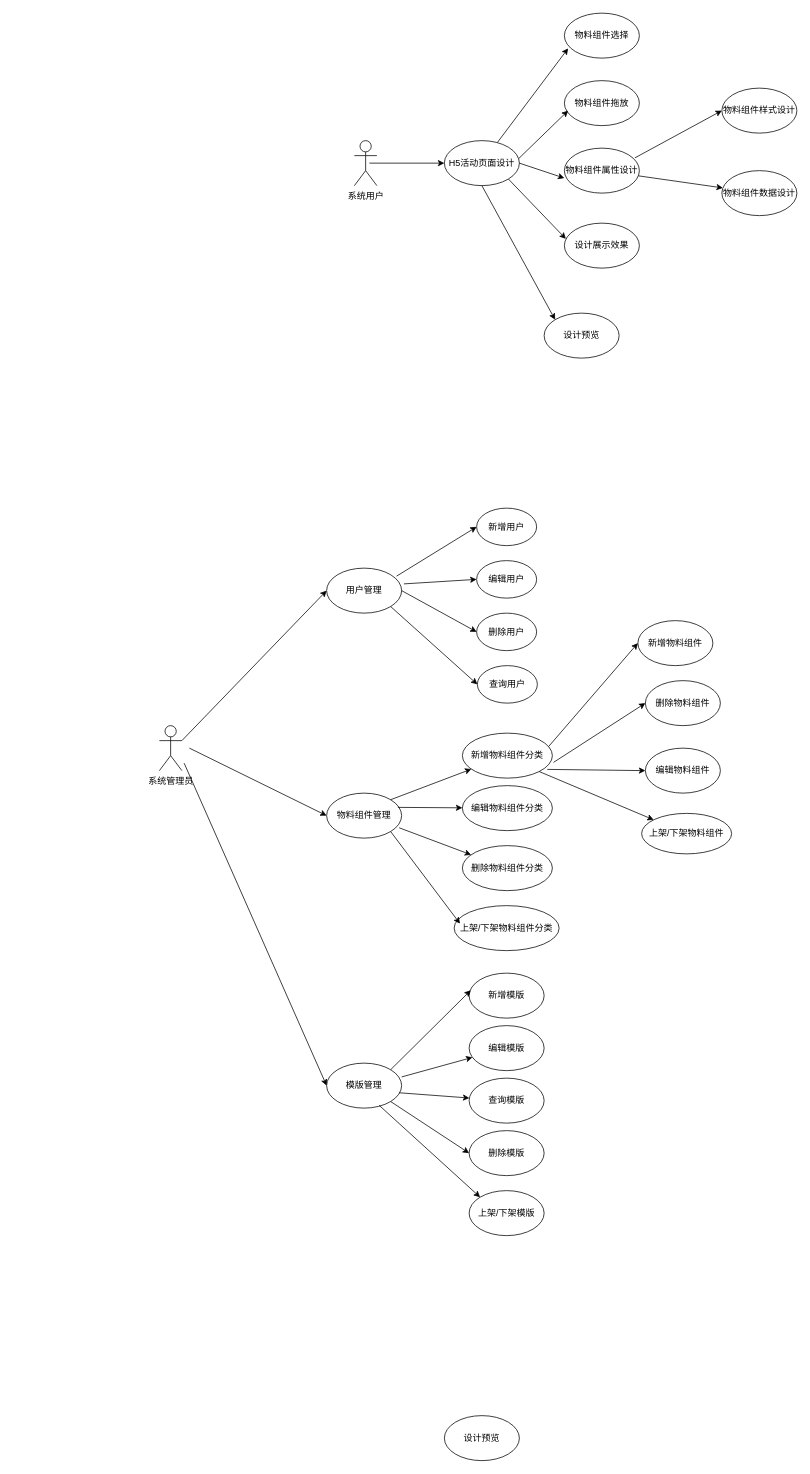
The draw.io diagram 主体管理的用例图.drawio in yuxinyu12345/diagrams, before the edit. Source tidied: cells renumbered, new cells numbered last; positions are measured from the earlier drawing's top-left corner, leaving out a move shared by most shapes. Both pictures are drawn from the tidied source at 75%, with x=0, y=0 at pixel (159, 13).
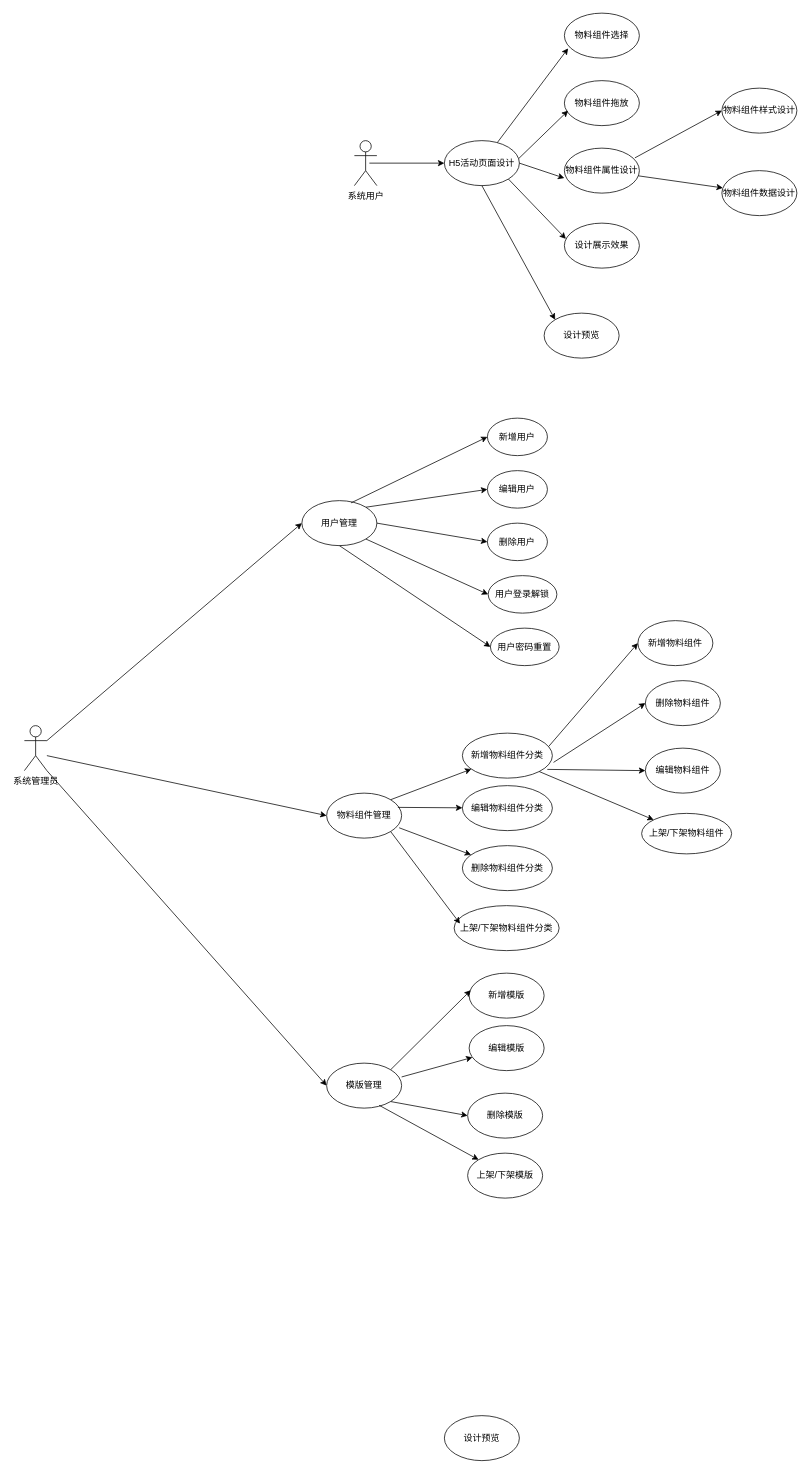
After the change.

Commit message:
更新主体管理的用例图.drawio

Unchanged cells that the change refers to:
```xml
<mxCell id="21" value="物料组件管理" style="ellipse;whiteSpace=wrap;html=1;" parent="1" vertex="1">
  <mxGeometry x="223" y="1040" width="100" height="60" as="geometry" />
</mxCell>
<mxCell id="22" value="模版管理" style="ellipse;whiteSpace=wrap;html=1;" parent="1" vertex="1">
  <mxGeometry x="223" y="1400" width="100" height="60" as="geometry" />
</mxCell>
```

What changed in the source:
```diff
@@
     <mxCell id="19" value="系统管理员" style="shape=umlActor;verticalLabelPosition=bottom;verticalAlign=top;html=1;outlineConnect=0;" parent="1" vertex="1">
-      <mxGeometry y="950" width="30" height="60" as="geometry" />
+      <mxGeometry x="-180" y="950" width="30" height="60" as="geometry" />
     </mxCell>
     <mxCell id="20" value="用户管理" style="ellipse;whiteSpace=wrap;html=1;" parent="1" vertex="1">
-      <mxGeometry x="223" y="740" width="100" height="60" as="geometry" />
+      <mxGeometry x="190" y="650" width="100" height="60" as="geometry" />
     </mxCell>
@@
     <mxCell id="23" value="新增用户" style="ellipse;whiteSpace=wrap;html=1;" parent="1" vertex="1">
-      <mxGeometry x="423" y="660" width="80" height="50" as="geometry" />
+      <mxGeometry x="437.4" y="540" width="80" height="50" as="geometry" />
     </mxCell>
     <mxCell id="24" value="编辑用户" style="ellipse;whiteSpace=wrap;html=1;" parent="1" vertex="1">
-      <mxGeometry x="423" y="730" width="80" height="50" as="geometry" />
+      <mxGeometry x="437.4" y="610" width="80" height="50" as="geometry" />
     </mxCell>
     <mxCell id="25" value="删除用户" style="ellipse;whiteSpace=wrap;html=1;" parent="1" vertex="1">
-      <mxGeometry x="423" y="800" width="80" height="50" as="geometry" />
+      <mxGeometry x="437.4" y="680" width="80" height="50" as="geometry" />
     </mxCell>
-    <mxCell id="26" value="查询用户" style="ellipse;whiteSpace=wrap;html=1;" parent="1" vertex="1">
-      <mxGeometry x="424" y="870" width="80" height="50" as="geometry" />
+    <mxCell id="26" value="用户登录解锁" style="ellipse;whiteSpace=wrap;html=1;" parent="1" vertex="1">
+      <mxGeometry x="438.4" y="750" width="91.6" height="50" as="geometry" />
     </mxCell>
@@
     <mxCell id="41" value="上架/下架模版" style="ellipse;whiteSpace=wrap;html=1;" parent="1" vertex="1">
-      <mxGeometry x="413" y="1570" width="100" height="60" as="geometry" />
+      <mxGeometry x="411" y="1520" width="100" height="60" as="geometry" />
     </mxCell>
-    <mxCell id="42" value="查询模版" style="ellipse;whiteSpace=wrap;html=1;" parent="1" vertex="1">
-      <mxGeometry x="413" y="1420" width="100" height="60" as="geometry" />
-    </mxCell>
     <mxCell id="43" value="删除模版" style="ellipse;whiteSpace=wrap;html=1;" parent="1" vertex="1">
-      <mxGeometry x="413" y="1490" width="100" height="60" as="geometry" />
+      <mxGeometry x="411" y="1440" width="100" height="60" as="geometry" />
     </mxCell>
@@
-    <mxCell id="45" style="endArrow=classic;html=1;rounded=0;exitX=1;exitY=0.3333333333333333;exitDx=0;exitDy=0;exitPerimeter=0;entryX=0;entryY=0.5;entryDx=0;entryDy=0;" parent="1" edge="1" target="21">
+    <mxCell id="45" style="endArrow=classic;html=1;rounded=0;entryX=0;entryY=0.5;entryDx=0;entryDy=0;" parent="1" edge="1" target="21">
       <mxGeometry relative="1" as="geometry">
-        <mxPoint x="40" y="980" as="sourcePoint" />
+        <mxPoint x="-150" y="990" as="sourcePoint" />
       </mxGeometry>
     </mxCell>
-    <mxCell id="46" style="endArrow=classic;html=1;rounded=0;entryX=0;entryY=0.5;entryDx=0;entryDy=0;" parent="1" edge="1" target="22">
-      <mxGeometry relative="1" as="geometry">
-        <mxPoint x="33" y="1000" as="sourcePoint" />
-      </mxGeometry>
+    <mxCell id="46" style="endArrow=classic;html=1;rounded=0;entryX=0;entryY=0.5;entryDx=0;entryDy=0;exitX=1;exitY=1;exitDx=0;exitDy=0;exitPerimeter=0;" parent="1" edge="1" source="19" target="22">
+      <mxGeometry relative="1" as="geometry" />
     </mxCell>
-    <mxCell id="47" style="endArrow=classic;html=1;rounded=0;exitX=0.933;exitY=0.178;exitDx=0;exitDy=0;exitPerimeter=0;entryX=0;entryY=0.5;entryDx=0;entryDy=0;" parent="1" edge="1" source="20" target="23">
+    <mxCell id="47" style="endArrow=classic;html=1;rounded=0;exitX=0.656;exitY=0.05;exitDx=0;exitDy=0;exitPerimeter=0;entryX=0;entryY=0.5;entryDx=0;entryDy=0;" parent="1" edge="1" source="20" target="23">
       <mxGeometry relative="1" as="geometry" />
     </mxCell>
-    <mxCell id="48" style="endArrow=classic;html=1;rounded=0;exitX=0.933;exitY=0.178;exitDx=0;exitDy=0;exitPerimeter=0;entryX=0;entryY=0.5;entryDx=0;entryDy=0;" parent="1" edge="1" target="24">
-      <mxGeometry relative="1" as="geometry">
-        <mxPoint x="326" y="761" as="sourcePoint" />
-      </mxGeometry>
+    <mxCell id="48" style="endArrow=classic;html=1;rounded=0;exitX=1;exitY=0;exitDx=0;exitDy=0;entryX=0;entryY=0.5;entryDx=0;entryDy=0;" parent="1" edge="1" source="20" target="24">
+      <mxGeometry relative="1" as="geometry" />
     </mxCell>
@@
-    <mxCell id="57" style="endArrow=classic;html=1;rounded=0;exitX=0.967;exitY=0.659;exitDx=0;exitDy=0;exitPerimeter=0;" parent="1" edge="1" source="22" target="42">
-      <mxGeometry relative="1" as="geometry" />
-    </mxCell>
@@
+    <mxCell id="61" value="用户密码重置" style="ellipse;whiteSpace=wrap;html=1;" parent="1" vertex="1">
+      <mxGeometry x="441.4" y="820" width="91.6" height="50" as="geometry" />
+    </mxCell>
+    <mxCell id="62" style="endArrow=classic;html=1;rounded=0;exitX=0.5;exitY=1;exitDx=0;exitDy=0;entryX=0;entryY=0.5;entryDx=0;entryDy=0;" parent="1" edge="1" source="20" target="61">
+      <mxGeometry relative="1" as="geometry" />
+    </mxCell>
```
